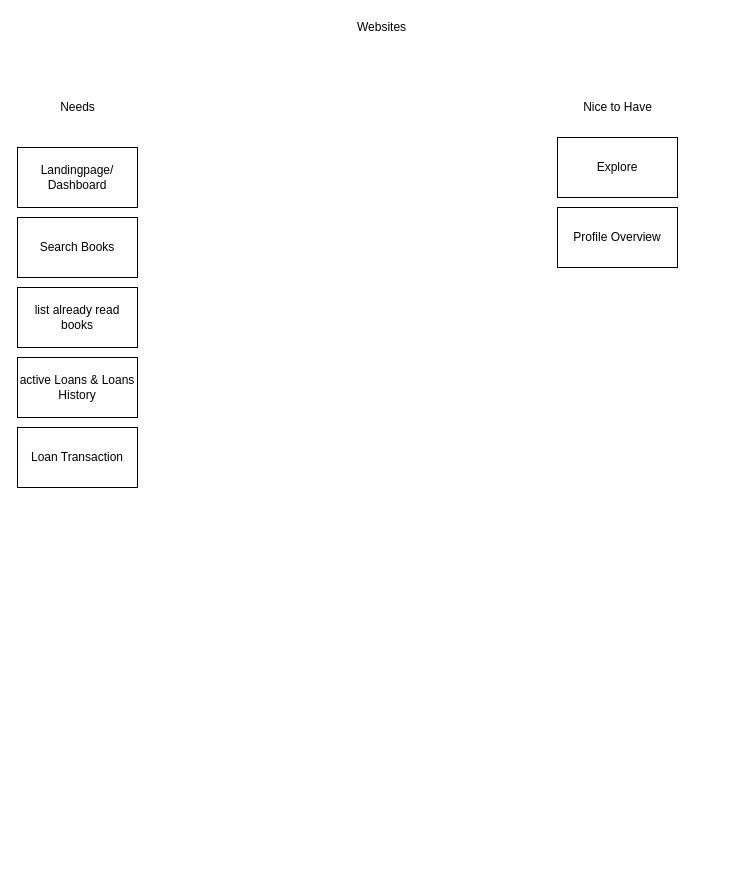
This is page "Screens" (3 of 3) of docu/diagrams.drawio from BennerLukas/Biblio, a draw.io file, before an edit. Source tidied: cells renumbered, new cells numbered last; positions are measured from the earlier drawing's top-left corner, leaving out a move shared by most shapes. Both pictures are drawn from the tidied source at 100%, with x=0, y=0 at pixel (17, 17).
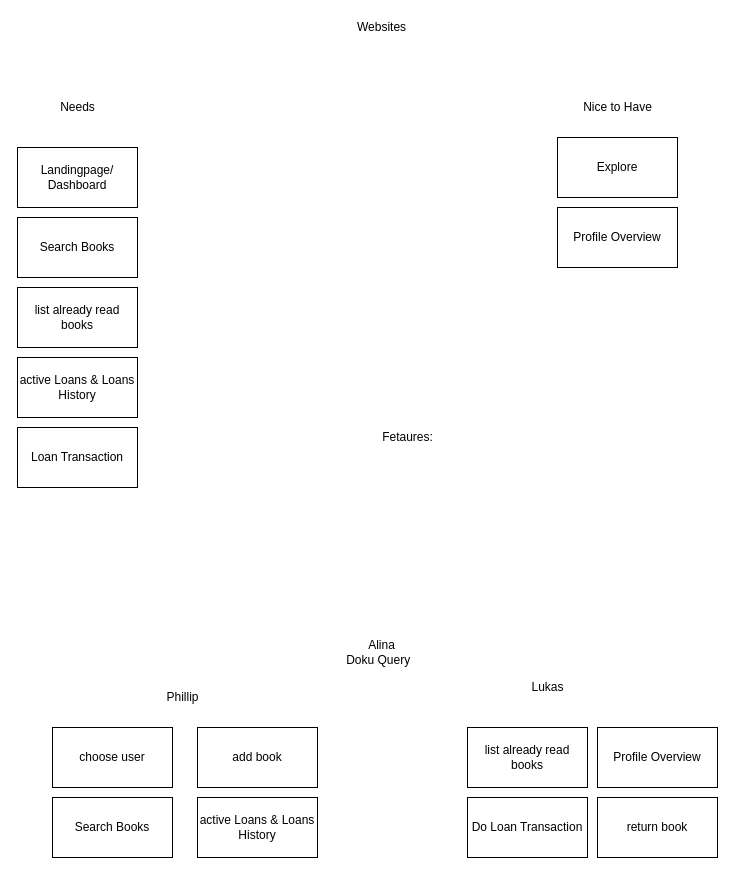
The same diagram, later.

Change to the diagram source:
```diff
@@
     <mxCell id="6" value="Profile Overview" style="whiteSpace=wrap;html=1;" parent="1" vertex="1">
-      <mxGeometry x="540" y="190" width="120" height="60" as="geometry" />
+      <mxGeometry x="580" y="710" width="120" height="60" as="geometry" />
     </mxCell>
@@
+    <mxCell id="12" value="Fetaures:" style="text;html=1;align=center;verticalAlign=middle;" parent="1" vertex="1">
+      <mxGeometry x="355" y="410" width="70" height="20" as="geometry" />
+    </mxCell>
+    <mxCell id="13" value="Search Books" style="whiteSpace=wrap;html=1;" parent="1" vertex="1">
+      <mxGeometry x="35" y="780" width="120" height="60" as="geometry" />
+    </mxCell>
+    <mxCell id="14" value="list already read books" style="whiteSpace=wrap;html=1;" parent="1" vertex="1">
+      <mxGeometry x="450" y="710" width="120" height="60" as="geometry" />
+    </mxCell>
+    <mxCell id="15" value="active Loans &amp;amp; Loans History" style="whiteSpace=wrap;html=1;" parent="1" vertex="1">
+      <mxGeometry x="180" y="780" width="120" height="60" as="geometry" />
+    </mxCell>
+    <mxCell id="16" value="Do Loan Transaction" style="whiteSpace=wrap;html=1;" parent="1" vertex="1">
+      <mxGeometry x="450" y="780" width="120" height="60" as="geometry" />
+    </mxCell>
+    <mxCell id="17" value="return book" style="whiteSpace=wrap;html=1;" parent="1" vertex="1">
+      <mxGeometry x="580" y="780" width="120" height="60" as="geometry" />
+    </mxCell>
+    <mxCell id="18" value="add book" style="whiteSpace=wrap;html=1;" parent="1" vertex="1">
+      <mxGeometry x="180" y="710" width="120" height="60" as="geometry" />
+    </mxCell>
+    <mxCell id="19" value="choose user" style="whiteSpace=wrap;html=1;" parent="1" vertex="1">
+      <mxGeometry x="35" y="710" width="120" height="60" as="geometry" />
+    </mxCell>
+    <mxCell id="20" value="Profile Overview" style="whiteSpace=wrap;html=1;" parent="1" vertex="1">
+      <mxGeometry x="540" y="190" width="120" height="60" as="geometry" />
+    </mxCell>
+    <mxCell id="21" value="Alina&lt;br&gt;Doku Query&amp;nbsp;&amp;nbsp;" style="text;html=1;align=center;verticalAlign=middle;" parent="1" vertex="1">
+      <mxGeometry x="319" y="620" width="90" height="30" as="geometry" />
+    </mxCell>
+    <mxCell id="22" value="Lukas" style="text;html=1;align=center;verticalAlign=middle;" parent="1" vertex="1">
+      <mxGeometry x="505" y="660" width="50" height="20" as="geometry" />
+    </mxCell>
+    <mxCell id="23" value="Phillip" style="text;html=1;align=center;verticalAlign=middle;" parent="1" vertex="1">
+      <mxGeometry x="140" y="670" width="50" height="20" as="geometry" />
+    </mxCell>
```
